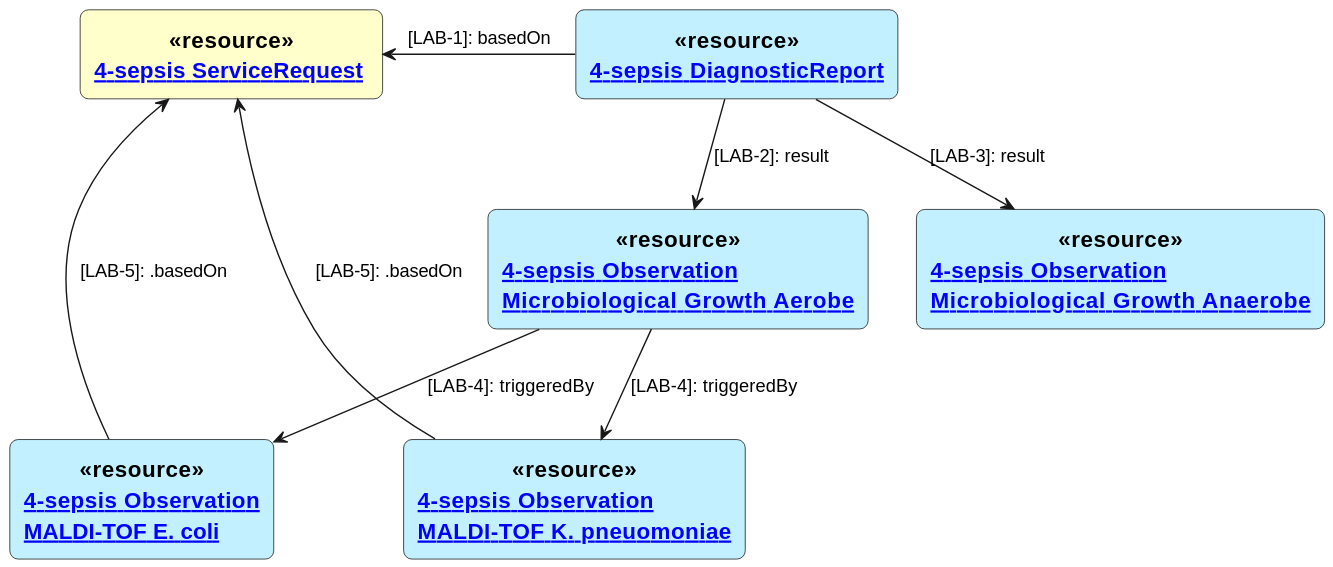
Earlier version of the PlantUML export input/images/4-sepsis-additional-testing.svg (hl7ch/ch-lab-order).
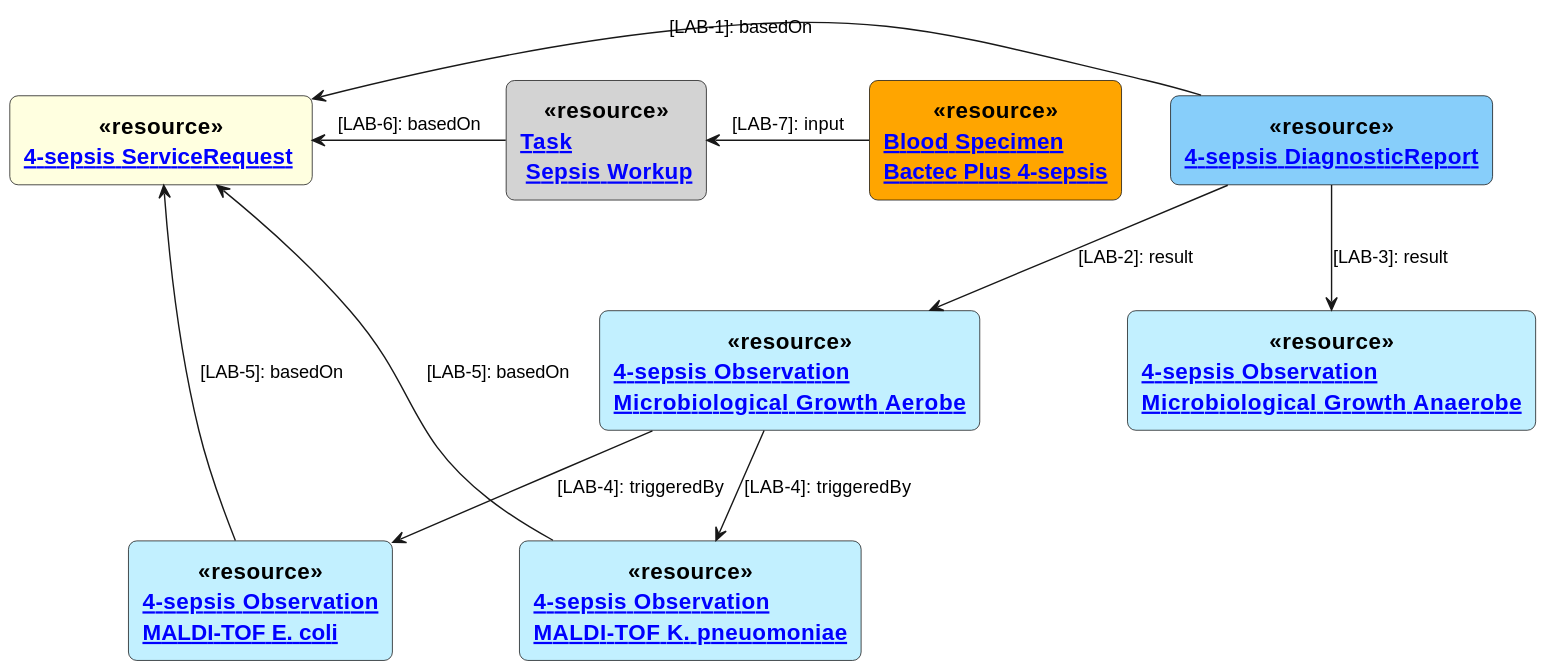
The same file after the commit.

The edit, as a diff of the source:
```diff
@@ -9,18 +9,22 @@
   FontStyle Bold
 }
 
-rectangle "[[ServiceRequest-4-sepsis-ServiceRequest.html 4-sepsis ServiceRequest]] " as SR <<$bProcess>><<resource>> #BUSINESS
-rectangle "[[DiagnosticReport-4-sepsis-DiagnosticReport.html 4-sepsis DiagnosticReport]]" as DR <<$bProcess>><<resource>> #APPLICATION
+rectangle "[[ServiceRequest-4-sepsis-ServiceRequest.html 4-sepsis ServiceRequest]] " as SR <<$bProcess>><<resource>> #LightYellow
+rectangle "[[DiagnosticReport-4-sepsis-DiagnosticReport.html 4-sepsis DiagnosticReport]]" as DR <<$bProcess>><<resource>> #LightSkyBlue
 rectangle "[[Observation-observationMicrobiolGrowthAerobe.html 4-sepsis Observation\nMicrobiological Growth Aerobe]]" as OMA <<$bProcess>><<resource>> #APPLICATION
 rectangle "[[Observation-observationMicrobiolGrowthAnaerobe.html 4-sepsis Observation\nMicrobiological Growth Anaerobe]]" as OMANA <<$bProcess>><<resource>> #APPLICATION
 rectangle "[[Observation-observationMALDI-TOF-Ecoli.html 4-sepsis Observation\nMALDI-TOF E. coli]]" as OMTE <<$bProcess>><<resource>> #APPLICATION
 rectangle "[[Observation-observationMALDI-TOF-Kpneu.html 4-sepsis Observation\nMALDI-TOF K. pneuomoniae]]" as OMTK <<$bProcess>><<resource>> #APPLICATION
+rectangle "[[Task-SepsisWorkup.html Task\n Sepsis Workup]]" as T1 <<$bProcess>><<resource>> #LightGray
+rectangle "[[Specimen-Blood-bactec-plus-4-sepsis.html Blood Specimen\nBactec Plus 4-sepsis]]" as BS <<$bProcess>><<resource>> #Orange
 
 SR <-right- DR : [LAB-1]: basedOn
 DR -down-> OMA : [LAB-2]: result
 DR -down-> OMANA : [LAB-3]: result
 OMA -down-> OMTE : [LAB-4]: triggeredBy
-OMTE -up-> SR : [LAB-5]: .basedOn
+OMTE -up-> SR : [LAB-5]: basedOn
 OMA -down-> OMTK : [LAB-4]: triggeredBy
-OMTK -up-> SR : [LAB-5]: .basedOn
+OMTK -up-> SR : [LAB-5]: basedOn
+SR <-right- T1 : [LAB-6]: basedOn
+T1 <-right- BS : [LAB-7]: input
 @enduml
```
